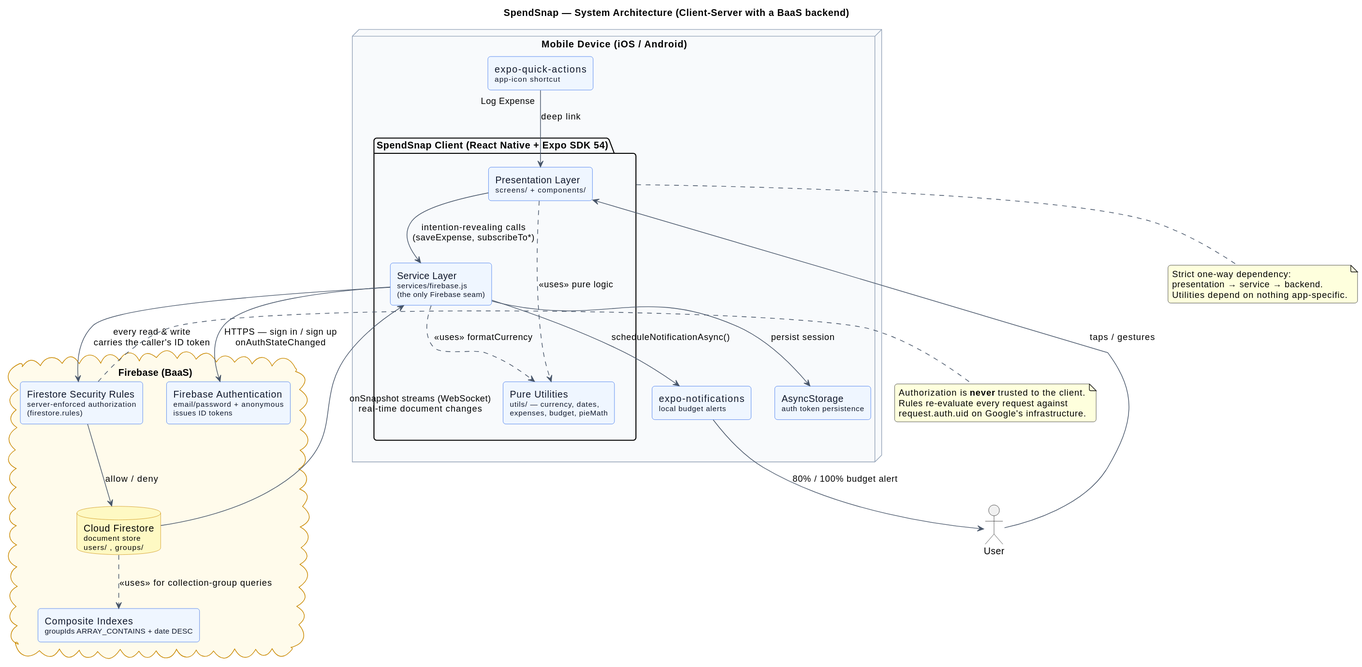
The PlantUML diagram docs/diagrams/svg/01-system-architecture.svg in GeraldFSE/SpendSnap, before a commit. Source of this version:
```plantuml
@startuml

title SpendSnap — System Architecture (Client-Server with a BaaS backend)

skinparam backgroundColor #FFFFFF
skinparam shadowing false
skinparam roundcorner 8
skinparam ArrowColor #475569
skinparam componentStyle rectangle
skinparam component {
  BackgroundColor #EFF6FF
  BorderColor #2563EB
  FontColor #0F172A
}
skinparam database {
  BackgroundColor #FEF9C3
  BorderColor #CA8A04
}
skinparam node {
  BackgroundColor #F8FAFC
  BorderColor #94A3B8
}
skinparam cloud {
  BackgroundColor #FFFBEB
  BorderColor #CA8A04
}

actor "User" as USER

node "Mobile Device (iOS / Android)" as DEVICE {

  package "SpendSnap Client (React Native + Expo SDK 54)" as CLIENT {
    component "Presentation Layer\n<size:11>screens/ + components/</size>" as UI
    component "Service Layer\n<size:11>services/firebase.js</size>\n<size:11>(the only Firebase seam)</size>" as SVC
    component "Pure Utilities\n<size:11>utils/ — currency, dates,</size>\n<size:11>expenses, budget, pieMath</size>" as UTILS
  }

  component "expo-notifications\n<size:11>local budget alerts</size>" as NOTIF
  component "AsyncStorage\n<size:11>auth token persistence</size>" as STORE
  component "expo-quick-actions\n<size:11>app-icon shortcut</size>" as QA
}

cloud "Firebase (BaaS)" as FIREBASE {
  component "Firebase Authentication\n<size:11>email/password + anonymous</size>\n<size:11>issues ID tokens</size>" as AUTH
  component "Firestore Security Rules\n<size:11>server-enforced authorization</size>\n<size:11>(firestore.rules)</size>" as RULES
  database "Cloud Firestore\n<size:11>document store</size>\n<size:11>users/ , groups/</size>" as FS
  component "Composite Indexes\n<size:11>groupIds ARRAY_CONTAINS + date DESC</size>" as IDX
}

USER --> UI : taps / gestures
QA --> UI : "Log Expense" deep link
NOTIF --> USER : 80% / 100% budget alert

UI --> SVC : intention-revealing calls\n(saveExpense, subscribeTo*)
UI ..> UTILS : <<uses>> pure logic
SVC ..> UTILS : <<uses>> formatCurrency
SVC --> NOTIF : scheduleNotificationAsync()
SVC --> STORE : persist session

SVC --> AUTH : HTTPS — sign in / sign up\nonAuthStateChanged
SVC --> RULES : every read & write\ncarries the caller's ID token
RULES --> FS : allow / deny
FS --> SVC : onSnapshot streams (WebSocket)\nreal-time document changes
FS ..> IDX : <<uses>> for collection-group queries

note right of RULES
  Authorization is **never** trusted to the client.
  Rules re-evaluate every request against
  request.auth.uid on Google's infrastructure.
end note

note bottom of CLIENT
  Strict one-way dependency:
  presentation → service → backend.
  Utilities depend on nothing app-specific.
end note
@enduml
```
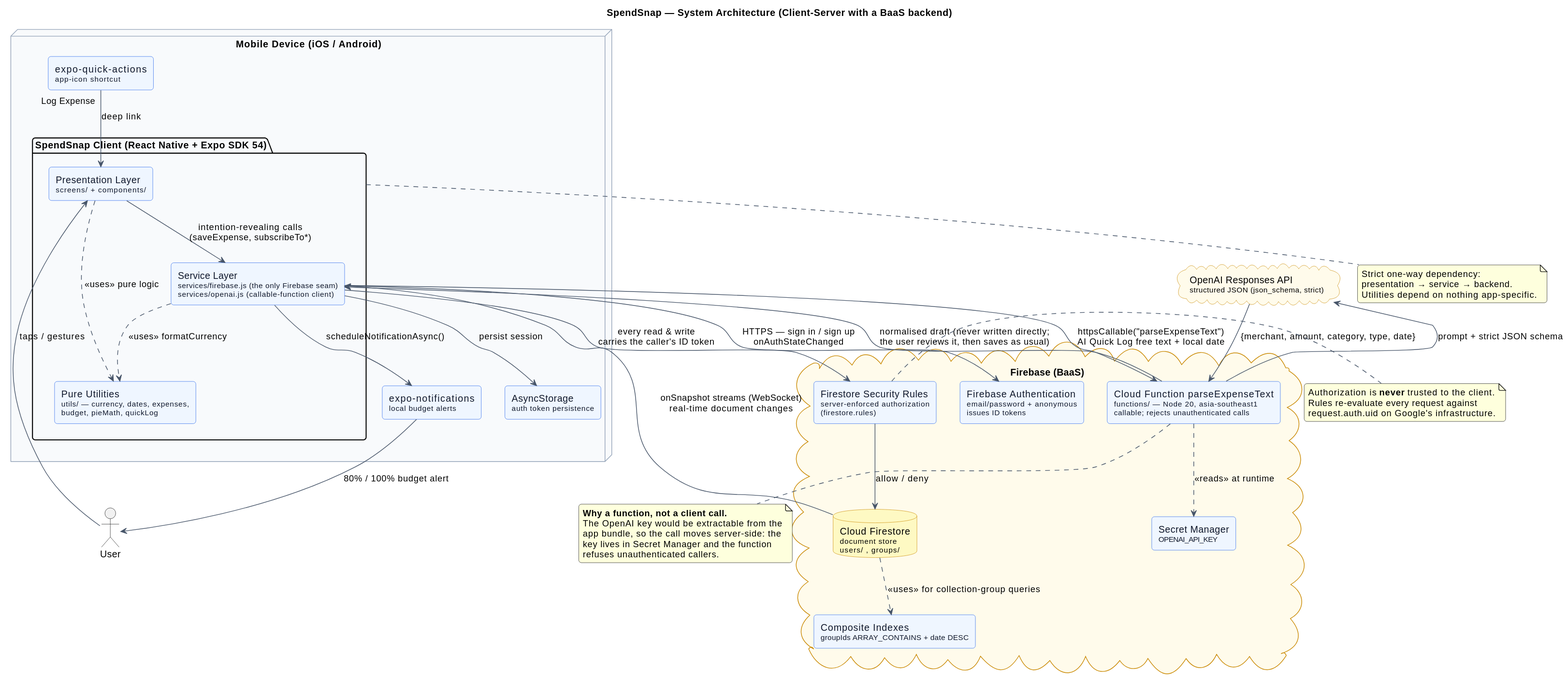
Above is the later version.

Diff of the diagram source:
```diff
@@ -31,8 +31,8 @@
 
   package "SpendSnap Client (React Native + Expo SDK 54)" as CLIENT {
     component "Presentation Layer\n<size:11>screens/ + components/</size>" as UI
-    component "Service Layer\n<size:11>services/firebase.js</size>\n<size:11>(the only Firebase seam)</size>" as SVC
-    component "Pure Utilities\n<size:11>utils/ — currency, dates,</size>\n<size:11>expenses, budget, pieMath</size>" as UTILS
+    component "Service Layer\n<size:11>services/firebase.js (the only Firebase seam)</size>\n<size:11>services/openai.js (callable-function client)</size>" as SVC
+    component "Pure Utilities\n<size:11>utils/ — currency, dates, expenses,</size>\n<size:11>budget, pieMath, quickLog</size>" as UTILS
   }
 
   component "expo-notifications\n<size:11>local budget alerts</size>" as NOTIF
@@ -45,7 +45,12 @@
   component "Firestore Security Rules\n<size:11>server-enforced authorization</size>\n<size:11>(firestore.rules)</size>" as RULES
   database "Cloud Firestore\n<size:11>document store</size>\n<size:11>users/ , groups/</size>" as FS
   component "Composite Indexes\n<size:11>groupIds ARRAY_CONTAINS + date DESC</size>" as IDX
+
+  component "Cloud Function  parseExpenseText\n<size:11>functions/ — Node 20, asia-southeast1</size>\n<size:11>callable; rejects unauthenticated calls</size>" as FN
+  component "Secret Manager\n<size:11>OPENAI_API_KEY</size>" as SECRET
 }
+
+cloud "OpenAI Responses API\n<size:11>structured JSON (json_schema, strict)</size>" as OPENAI
 
 USER --> UI : taps / gestures
 QA --> UI : "Log Expense" deep link
@@ -63,6 +68,12 @@
 FS --> SVC : onSnapshot streams (WebSocket)\nreal-time document changes
 FS ..> IDX : <<uses>> for collection-group queries
 
+SVC --> FN : httpsCallable("parseExpenseText")\nAI Quick Log free text + local date
+FN ..> SECRET : <<reads>> at runtime
+FN --> OPENAI : prompt + strict JSON schema
+OPENAI --> FN : {merchant, amount, category, type, date}
+FN --> SVC : normalised draft (never written directly;\nthe user reviews it, then saves as usual)
+
 note right of RULES
   Authorization is **never** trusted to the client.
   Rules re-evaluate every request against
@@ -74,4 +85,12 @@
   presentation → service → backend.
   Utilities depend on nothing app-specific.
 end note
+
+note bottom of FN
+  **Why a function, not a client call.**
+  The OpenAI key would be extractable from the
+  app bundle, so the call moves server-side: the
+  key lives in Secret Manager and the function
+  refuses unauthenticated callers.
+end note
 @enduml
```
